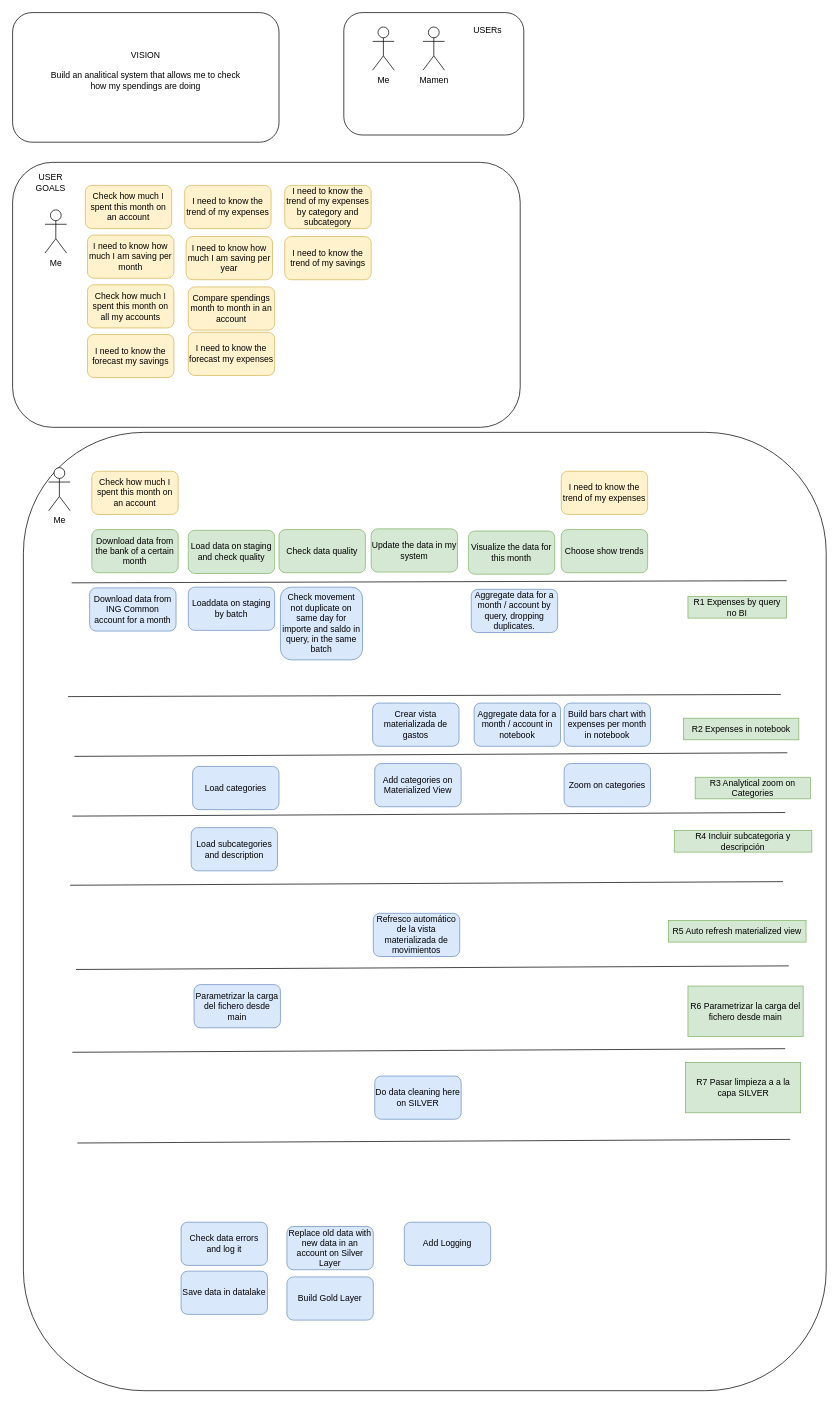
cperezh/DataEng_Patterns keeps this draw.io diagram as page "User Story Mapping" (1 of 7) of diagrams/diagrams.dio. Above is the earlier version. Source tidied: cells renumbered, new cells numbered last; positions are measured from the earlier drawing's top-left corner, leaving out a move shared by most shapes. Both pictures are drawn from the tidied source at 72%, with x=0, y=0 at pixel (12, 12).
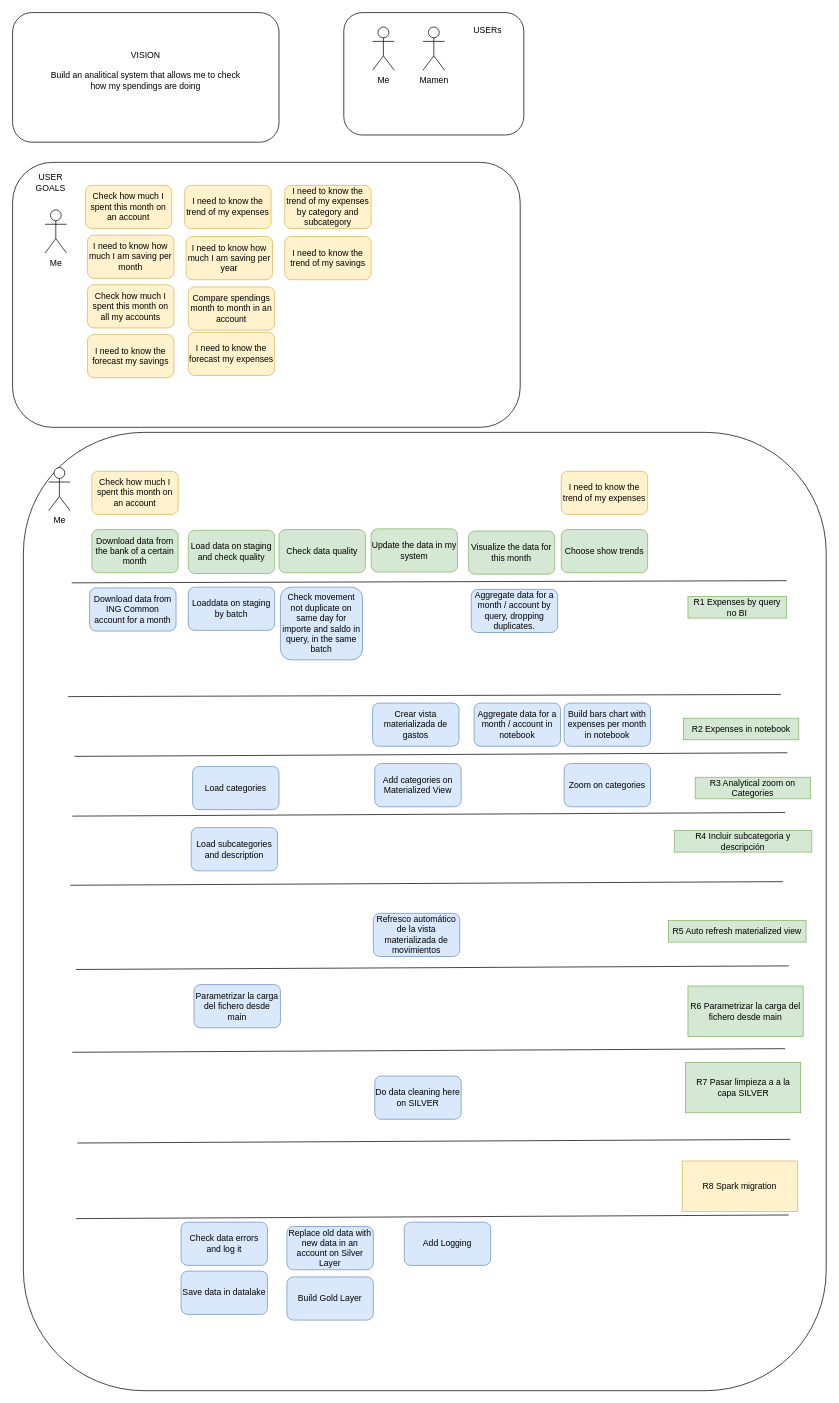
The same page after the edit.

The edit, as a diff of the source:
```diff
@@
+    <mxCell id="65" value="R8 Spark migration" style="text;html=1;align=center;verticalAlign=middle;whiteSpace=wrap;rounded=0;fontFamily=Helvetica;fontSize=12;fillColor=#fff2cc;strokeColor=#d6b656;" parent="1" vertex="1">
+      <mxGeometry x="930" y="1595" width="160" height="70" as="geometry" />
+    </mxCell>
+    <mxCell id="66" style="endArrow=none;html=1;rounded=1;strokeColor=default;align=center;verticalAlign=middle;fontFamily=Helvetica;fontSize=11;fontColor=default;labelBackgroundColor=default;" parent="1" edge="1">
+      <mxGeometry relative="1" as="geometry">
+        <mxPoint x="88" y="1675" as="sourcePoint" />
+        <mxPoint x="1078" y="1670" as="targetPoint" />
+      </mxGeometry>
+    </mxCell>
```
